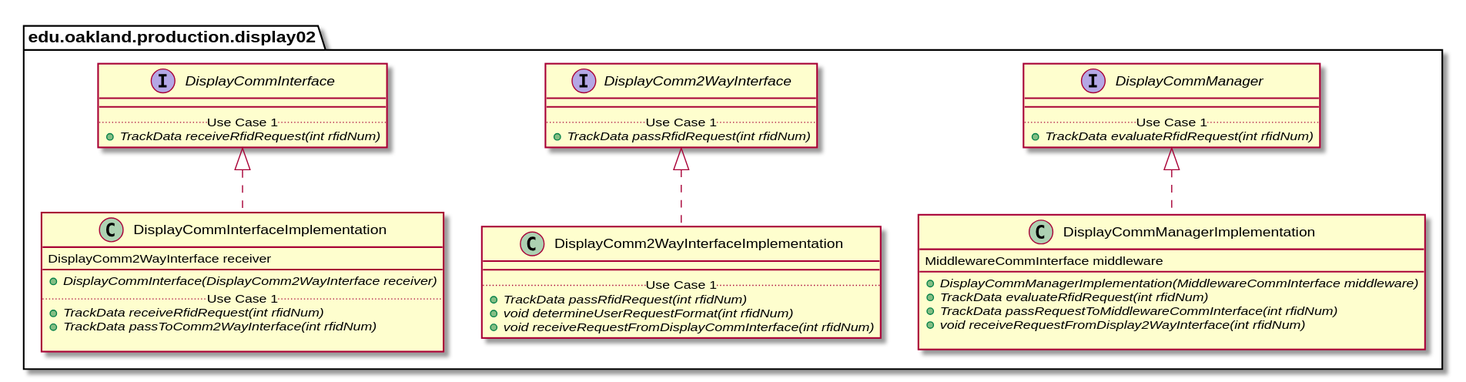
andrewdimmer/csi-3370-software-project keeps this PlantUML diagram as docs/uml-class-diagrams/display02/production/Display02ProductionPackage_Closure.svg. Above is the earlier version.
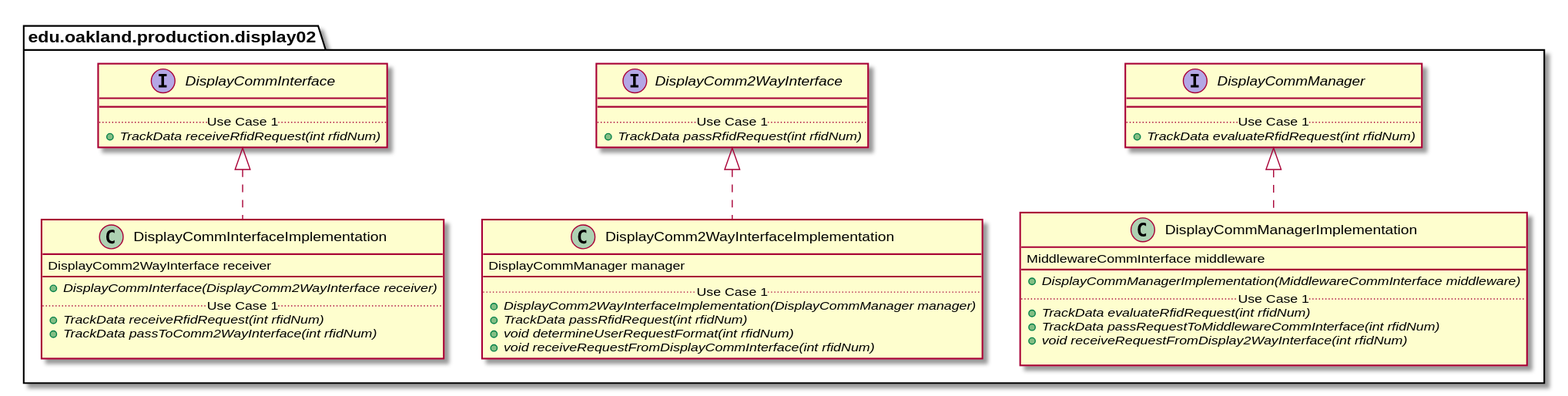
After the change.

What changed in the source:
```diff
@@ -74,8 +74,10 @@
 
 package edu.oakland.production.display02 {
     class DisplayComm2WayInterfaceImplementation {
+        DisplayCommManager manager
         __
         .. Use Case 1 ..
+        {abstract} + DisplayComm2WayInterfaceImplementation(DisplayCommManager manager)
         {abstract} + TrackData passRfidRequest(int rfidNum)
         {abstract} + void determineUserRequestFormat(int rfidNum)
         {abstract} + void receiveRequestFromDisplayCommInterface(int rfidNum)
@@ -96,6 +98,7 @@
         MiddlewareCommInterface middleware
         __
         {abstract} + DisplayCommManagerImplementation(MiddlewareCommInterface middleware)
+        .. Use Case 1 ..
         {abstract} + TrackData evaluateRfidRequest(int rfidNum)
         {abstract} + TrackData passRequestToMiddlewareCommInterface(int rfidNum)
         {abstract} + void receiveRequestFromDisplay2WayInterface(int rfidNum)
```
